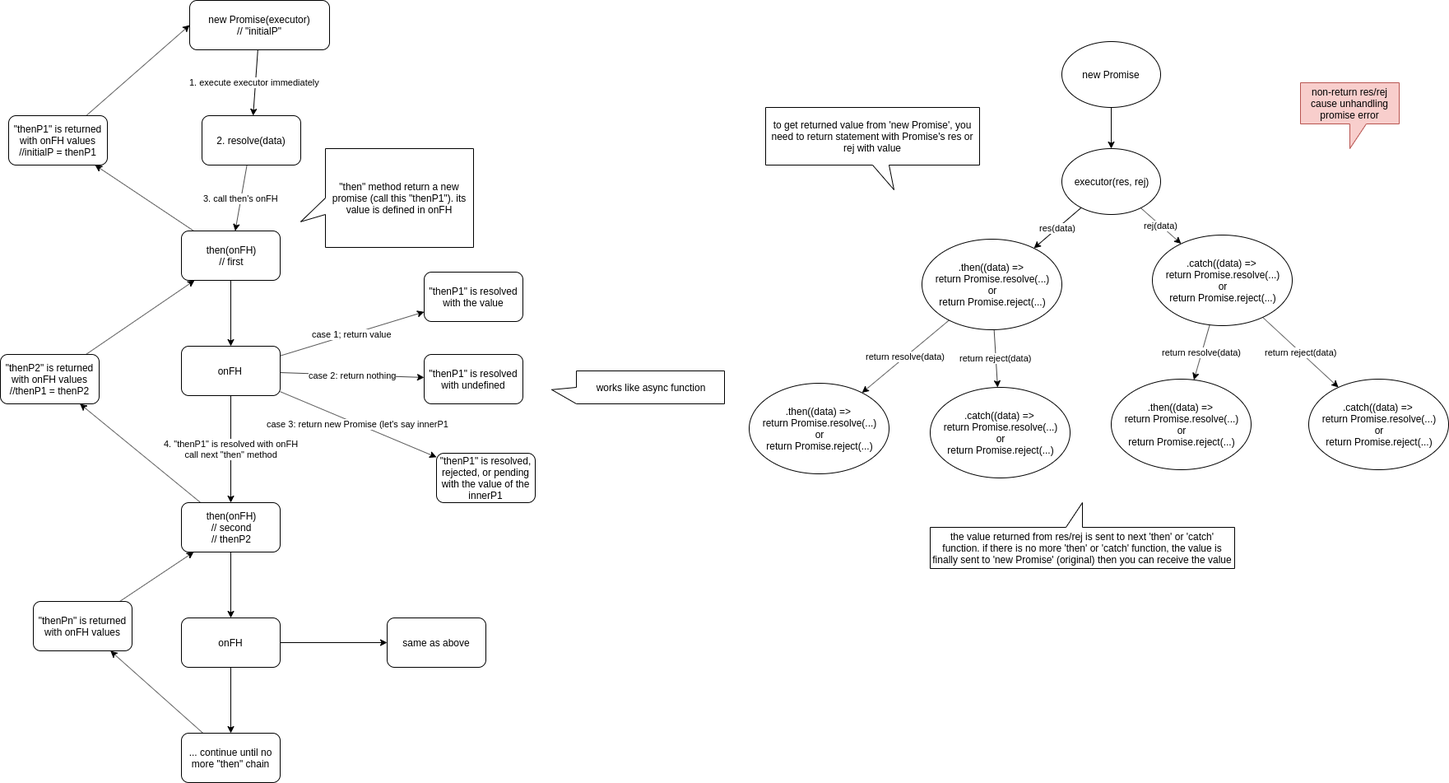
Earlier version of the draw.io export updated_promise_then_concept.png (stsiwo/promise_concept). Source tidied: cells renumbered, new cells last; positions are measured from the earlier drawing's top-left corner, leaving out a move shared by most shapes.
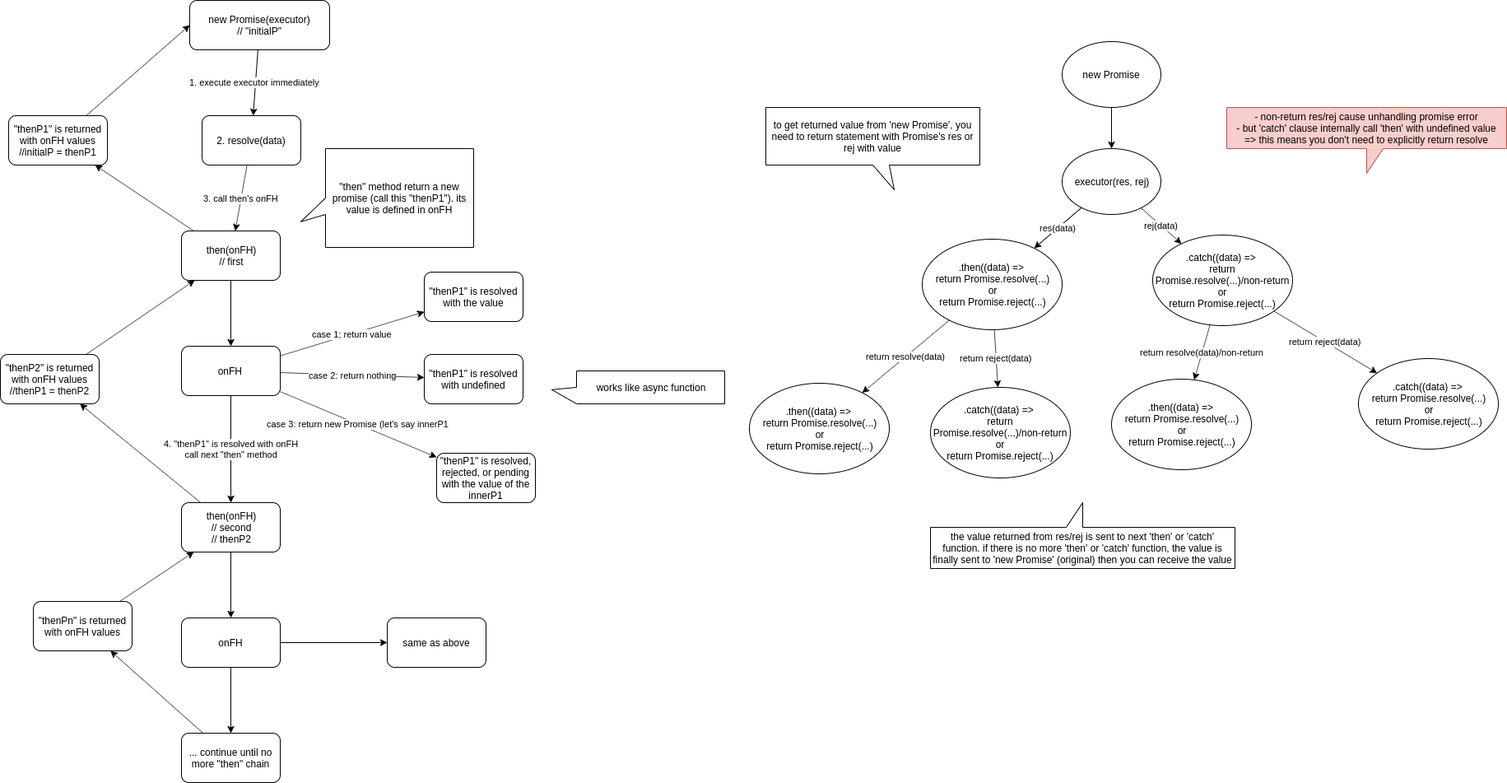
After the change.

The edit, as a diff of the source:
```diff
@@ -116,25 +116,25 @@
     <mxCell id="39" value=".then((data) =&amp;gt;&amp;nbsp;&lt;br&gt;return Promise.resolve(...)&lt;br&gt;or&lt;br&gt;return Promise.reject(...)" style="ellipse;whiteSpace=wrap;html=1;" parent="1" vertex="1">
       <mxGeometry x="1120" y="290" width="170" height="110" as="geometry" />
     </mxCell>
-    <mxCell id="40" value="return resolve(data)" style="edgeStyle=none;rounded=0;jettySize=auto;html=1;" parent="1" edge="1" source="42" target="43">
+    <mxCell id="40" value="return resolve(data)/non-return" style="edgeStyle=none;rounded=0;jettySize=auto;html=1;" parent="1" edge="1" source="42" target="43">
       <mxGeometry relative="1" as="geometry" />
     </mxCell>
     <mxCell id="41" value="return reject(data)" style="edgeStyle=none;rounded=0;jettySize=auto;html=1;" parent="1" edge="1" source="42" target="44">
       <mxGeometry relative="1" as="geometry" />
     </mxCell>
-    <mxCell id="42" value=".catch((data) =&amp;gt;&amp;nbsp;&lt;br&gt;return Promise.resolve(...)&lt;br&gt;or&lt;br&gt;return Promise.reject(...)" style="ellipse;whiteSpace=wrap;html=1;" parent="1" vertex="1">
+    <mxCell id="42" value=".catch((data) =&amp;gt;&amp;nbsp;&lt;br&gt;return Promise.resolve(...)/non-return&lt;br&gt;or&lt;br&gt;return Promise.reject(...)" style="ellipse;whiteSpace=wrap;html=1;" parent="1" vertex="1">
       <mxGeometry x="1400" y="285" width="170" height="110" as="geometry" />
     </mxCell>
     <mxCell id="43" value=".then((data) =&amp;gt;&amp;nbsp;&lt;br&gt;return Promise.resolve(...)&lt;br&gt;or&lt;br&gt;return Promise.reject(...)" style="ellipse;whiteSpace=wrap;html=1;" parent="1" vertex="1">
       <mxGeometry x="1350" y="460" width="170" height="110" as="geometry" />
     </mxCell>
     <mxCell id="44" value=".catch((data) =&amp;gt;&amp;nbsp;&lt;br&gt;return Promise.resolve(...)&lt;br&gt;or&lt;br&gt;return Promise.reject(...)" style="ellipse;whiteSpace=wrap;html=1;" parent="1" vertex="1">
-      <mxGeometry x="1590" y="460" width="170" height="110" as="geometry" />
+      <mxGeometry x="1650" y="435" width="170" height="110" as="geometry" />
     </mxCell>
     <mxCell id="45" value=".then((data) =&amp;gt;&amp;nbsp;&lt;br&gt;return Promise.resolve(...)&lt;br&gt;or&lt;br&gt;return Promise.reject(...)" style="ellipse;whiteSpace=wrap;html=1;" parent="1" vertex="1">
       <mxGeometry x="910" y="465" width="170" height="110" as="geometry" />
     </mxCell>
-    <mxCell id="46" value=".catch((data) =&amp;gt;&amp;nbsp;&lt;br&gt;return Promise.resolve(...)&lt;br&gt;or&lt;br&gt;return Promise.reject(...)" style="ellipse;whiteSpace=wrap;html=1;" parent="1" vertex="1">
+    <mxCell id="46" value=".catch((data) =&amp;gt;&amp;nbsp;&lt;br&gt;return Promise.resolve(...)/non-return&lt;br&gt;or&lt;br&gt;return Promise.reject(...)" style="ellipse;whiteSpace=wrap;html=1;" parent="1" vertex="1">
       <mxGeometry x="1130" y="470" width="170" height="110" as="geometry" />
     </mxCell>
     <mxCell id="47" value="return resolve(data)" style="edgeStyle=none;rounded=0;jettySize=auto;html=1;" parent="1" edge="1" source="39" target="45">
@@ -146,8 +146,8 @@
     <mxCell id="49" value="to get returned value from 'new Promise', you need to return statement with Promise's res or rej with value" style="shape=callout;whiteSpace=wrap;html=1;perimeter=calloutPerimeter;position2=0.6;" parent="1" vertex="1">
       <mxGeometry x="930" y="130" width="260" height="100" as="geometry" />
     </mxCell>
-    <mxCell id="50" value="non-return res/rej cause unhandling promise error" style="shape=callout;whiteSpace=wrap;html=1;perimeter=calloutPerimeter;fillColor=#f8cecc;strokeColor=#b85450;" parent="1" vertex="1">
-      <mxGeometry x="1580" y="100" width="120" height="80" as="geometry" />
+    <mxCell id="50" value="- non-return res/rej cause unhandling promise error&lt;br&gt;- but 'catch' clause internally call 'then' with undefined value&lt;br&gt;=&amp;gt; this means you don't need to explicitly return resolve" style="shape=callout;whiteSpace=wrap;html=1;perimeter=calloutPerimeter;fillColor=#f8cecc;strokeColor=#b85450;" parent="1" vertex="1">
+      <mxGeometry x="1490" y="130" width="340" height="80" as="geometry" />
     </mxCell>
     <mxCell id="51" value="the value returned from res/rej is sent to next 'then' or 'catch' function. if there is no more 'then' or 'catch' function, the value is finally sent to 'new Promise' (original) then you can receive the value" style="shape=callout;whiteSpace=wrap;html=1;perimeter=calloutPerimeter;direction=west;" parent="1" vertex="1">
       <mxGeometry x="1130" y="610" width="370" height="80" as="geometry" />
```
